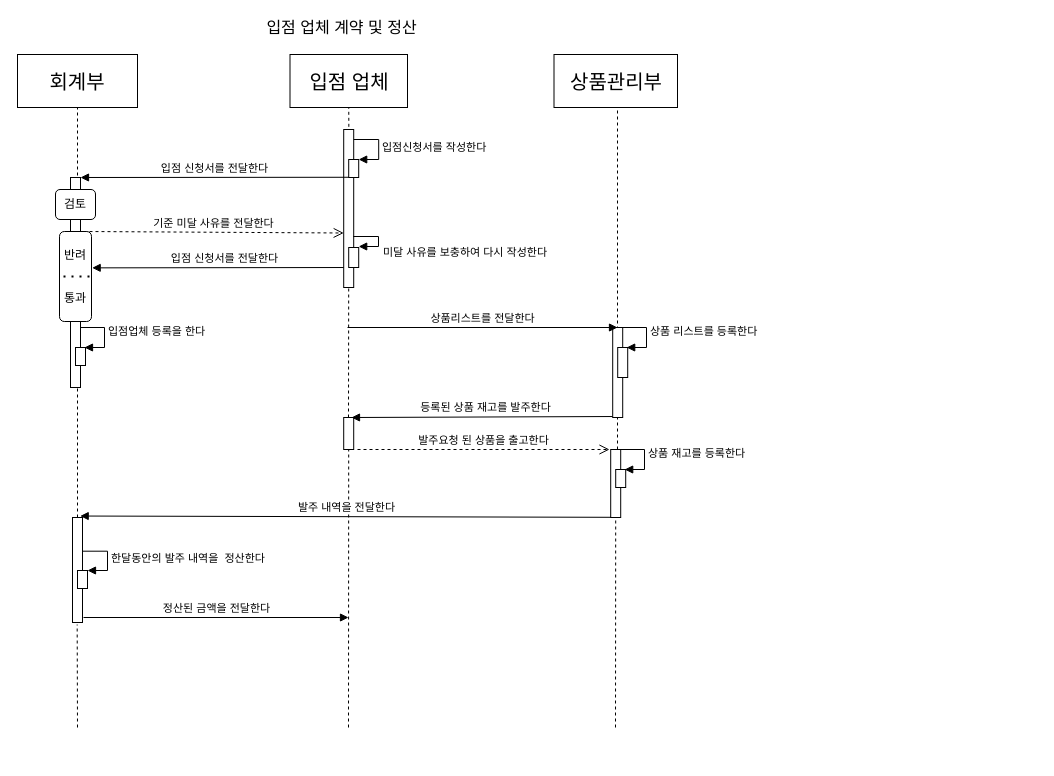
The draw.io diagram page "활동_입점업체" (4 of 5) of Untitled Diagram.drawio in gkwlem/gkwlem, before the edit. Source tidied: cells renumbered, new cells numbered last; positions are measured from the earlier drawing's top-left corner, leaving out a move shared by most shapes. Both pictures are drawn from the tidied source at 100%, with x=0, y=0 at pixel (17, 17).
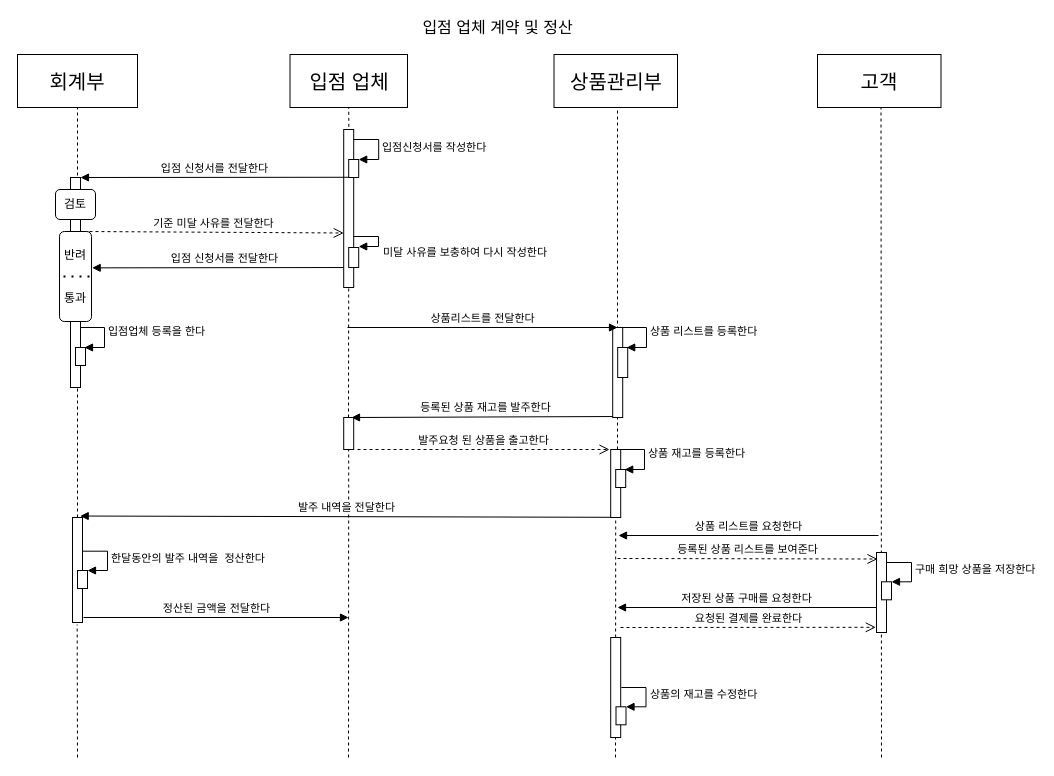
Above is the later version.

The change refers to these unchanged cells:
```xml
<mxCell id="24" style="html=1;points=[];perimeter=orthogonalPerimeter;" parent="1" vertex="1">
  <mxGeometry x="326.2" y="400" width="10" height="32" as="geometry" />
</mxCell>
<mxCell id="27" style="html=1;points=[];perimeter=orthogonalPerimeter;" parent="1" vertex="1">
  <mxGeometry x="593.2" y="432" width="10" height="68" as="geometry" />
</mxCell>
<mxCell id="36" style="html=1;points=[];perimeter=orthogonalPerimeter;" parent="1" vertex="1">
  <mxGeometry x="55" y="500" width="10" height="105" as="geometry" />
</mxCell>
```

Diff of the diagram source:
```diff
@@
     <mxCell id="4" value="&lt;span&gt;입점 업체 계약 및 정산&lt;/span&gt;" style="text;html=1;align=center;verticalAlign=middle;fontSize=16;" parent="1" vertex="1">
-      <mxGeometry x="234" width="180" height="20" as="geometry" />
+      <mxGeometry x="390" width="180" height="20" as="geometry" />
     </mxCell>
@@
     <mxCell id="25" style="endArrow=none;dashed=1;html=1;entryX=0.5;entryY=1;entryDx=0;entryDy=0;" parent="1" edge="1" target="24">
       <mxGeometry relative="1" as="geometry">
-        <mxPoint x="331" y="710" as="sourcePoint" />
+        <mxPoint x="331" y="740" as="sourcePoint" />
       </mxGeometry>
     </mxCell>
@@
     <mxCell id="28" style="endArrow=none;dashed=1;html=1;entryX=0.5;entryY=1;entryDx=0;entryDy=0;" parent="1" edge="1" target="27">
       <mxGeometry relative="1" as="geometry">
-        <mxPoint x="598" y="710" as="sourcePoint" />
+        <mxPoint x="598" y="740" as="sourcePoint" />
       </mxGeometry>
     </mxCell>
@@
     <mxCell id="37" style="endArrow=none;dashed=1;html=1;entryX=0.467;entryY=1.019;entryDx=0;entryDy=0;entryPerimeter=0;" parent="1" edge="1" target="36">
       <mxGeometry relative="1" as="geometry">
-        <mxPoint x="60" y="710" as="sourcePoint" />
+        <mxPoint x="60" y="740" as="sourcePoint" />
       </mxGeometry>
     </mxCell>
@@
+    <mxCell id="42" value="&lt;span style=&quot;font-size: 20px&quot;&gt;고객&lt;/span&gt;" style="rounded=0;whiteSpace=wrap;html=1;sketch=0;fontSize=16;" parent="1" vertex="1">
+      <mxGeometry x="800" y="37" width="123.5" height="53" as="geometry" />
+    </mxCell>
+    <mxCell id="43" style="endArrow=none;dashed=1;html=1;entryX=0.5;entryY=1;entryDx=0;entryDy=0;" parent="1" edge="1">
+      <mxGeometry relative="1" as="geometry">
+        <mxPoint x="864" y="740" as="sourcePoint" />
+        <mxPoint x="863.5" y="90" as="targetPoint" />
+      </mxGeometry>
+    </mxCell>
+    <mxCell id="44" value="상품 리스트를 요청한다" style="html=1;verticalAlign=bottom;endArrow=block;" parent="1" edge="1">
+      <mxGeometry relative="1" as="geometry">
+        <mxPoint x="861" y="518" as="sourcePoint" />
+        <mxPoint x="601" y="518" as="targetPoint" />
+      </mxGeometry>
+    </mxCell>
+    <mxCell id="45" style="html=1;perimeter=orthogonalPerimeter;" parent="1" vertex="1">
+      <mxGeometry x="859" y="535" width="10" height="80" as="geometry" />
+    </mxCell>
+    <mxCell id="46" value="등록된 상품 리스트를 보여준다" style="html=1;verticalAlign=bottom;endArrow=open;dashed=1;endSize=8;entryX=0.5;entryY=0.081;entryDx=0;entryDy=0;entryPerimeter=0;" parent="1" edge="1">
+      <mxGeometry relative="1" as="geometry">
+        <mxPoint x="600" y="541" as="sourcePoint" />
+        <mxPoint x="860" y="541.5" as="targetPoint" />
+      </mxGeometry>
+    </mxCell>
+    <mxCell id="47" style="html=1;perimeter=orthogonalPerimeter;" parent="1" vertex="1">
+      <mxGeometry x="864" y="564.3" width="10" height="18" as="geometry" />
+    </mxCell>
+    <mxCell id="48" value="구매 희망 상품을 저장한다" style="edgeStyle=orthogonalEdgeStyle;html=1;align=left;spacingLeft=2;endArrow=block;rounded=0;entryX=1;entryY=0;exitX=0.933;exitY=0.321;exitDx=0;exitDy=0;exitPerimeter=0;" parent="1" edge="1">
+      <mxGeometry relative="1" as="geometry">
+        <mxPoint x="869.3" y="545" as="sourcePoint" />
+        <mxPoint x="874" y="564.3" as="targetPoint" />
+        <Array as="points">
+          <mxPoint x="894" y="545.3" />
+          <mxPoint x="894" y="564.3" />
+        </Array>
+      </mxGeometry>
+    </mxCell>
+    <mxCell id="49" value="저장된 상품 구매를 요청한다" style="html=1;verticalAlign=bottom;endArrow=block;" parent="1" edge="1">
+      <mxGeometry relative="1" as="geometry">
+        <mxPoint x="859" y="590" as="sourcePoint" />
+        <mxPoint x="600" y="590" as="targetPoint" />
+      </mxGeometry>
+    </mxCell>
+    <mxCell id="50" value="요청된 결제를 완료한다" style="html=1;verticalAlign=bottom;endArrow=open;dashed=1;endSize=8;entryX=-0.367;entryY=0.935;entryDx=0;entryDy=0;entryPerimeter=0;" parent="1" edge="1">
+      <mxGeometry relative="1" as="geometry">
+        <mxPoint x="603" y="610" as="sourcePoint" />
+        <mxPoint x="858.3" y="609.8" as="targetPoint" />
+      </mxGeometry>
+    </mxCell>
+    <mxCell id="51" style="html=1;perimeter=orthogonalPerimeter;" parent="1" vertex="1">
+      <mxGeometry x="593.2" y="620" width="10" height="100" as="geometry" />
+    </mxCell>
+    <mxCell id="52" style="html=1;perimeter=orthogonalPerimeter;" parent="1" vertex="1">
+      <mxGeometry x="598.5" y="689.3" width="10" height="18" as="geometry" />
+    </mxCell>
+    <mxCell id="53" value="상품의 재고를 수정한다" style="edgeStyle=orthogonalEdgeStyle;html=1;align=left;spacingLeft=2;endArrow=block;rounded=0;entryX=1;entryY=0;exitX=0.933;exitY=0.321;exitDx=0;exitDy=0;exitPerimeter=0;" parent="1" edge="1">
+      <mxGeometry relative="1" as="geometry">
+        <mxPoint x="603.8" y="670" as="sourcePoint" />
+        <mxPoint x="608.5" y="689.3" as="targetPoint" />
+        <Array as="points">
+          <mxPoint x="628.5" y="670.3" />
+          <mxPoint x="628.5" y="689.3" />
+        </Array>
+      </mxGeometry>
+    </mxCell>
```
